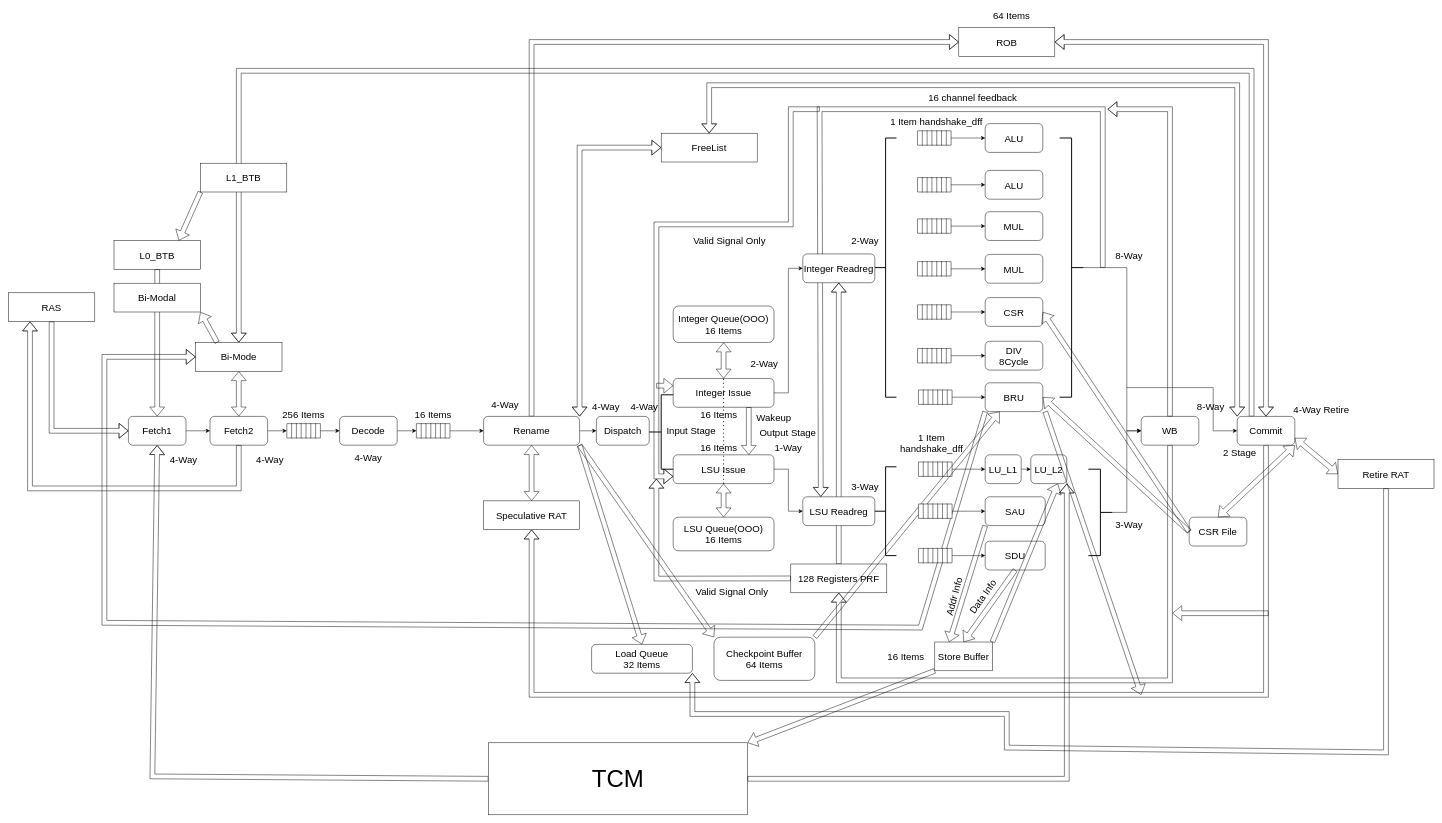
Earlier version of the draw.io diagram docs/processor_pipeline.drawio (lizhirui/DreamCoreV2). Source tidied: cells renumbered, new cells numbered last; positions are measured from the earlier drawing's top-left corner, leaving out a move shared by most shapes. Both pictures are drawn from the tidied source at 48%, with x=0, y=0 at pixel (8, 8).
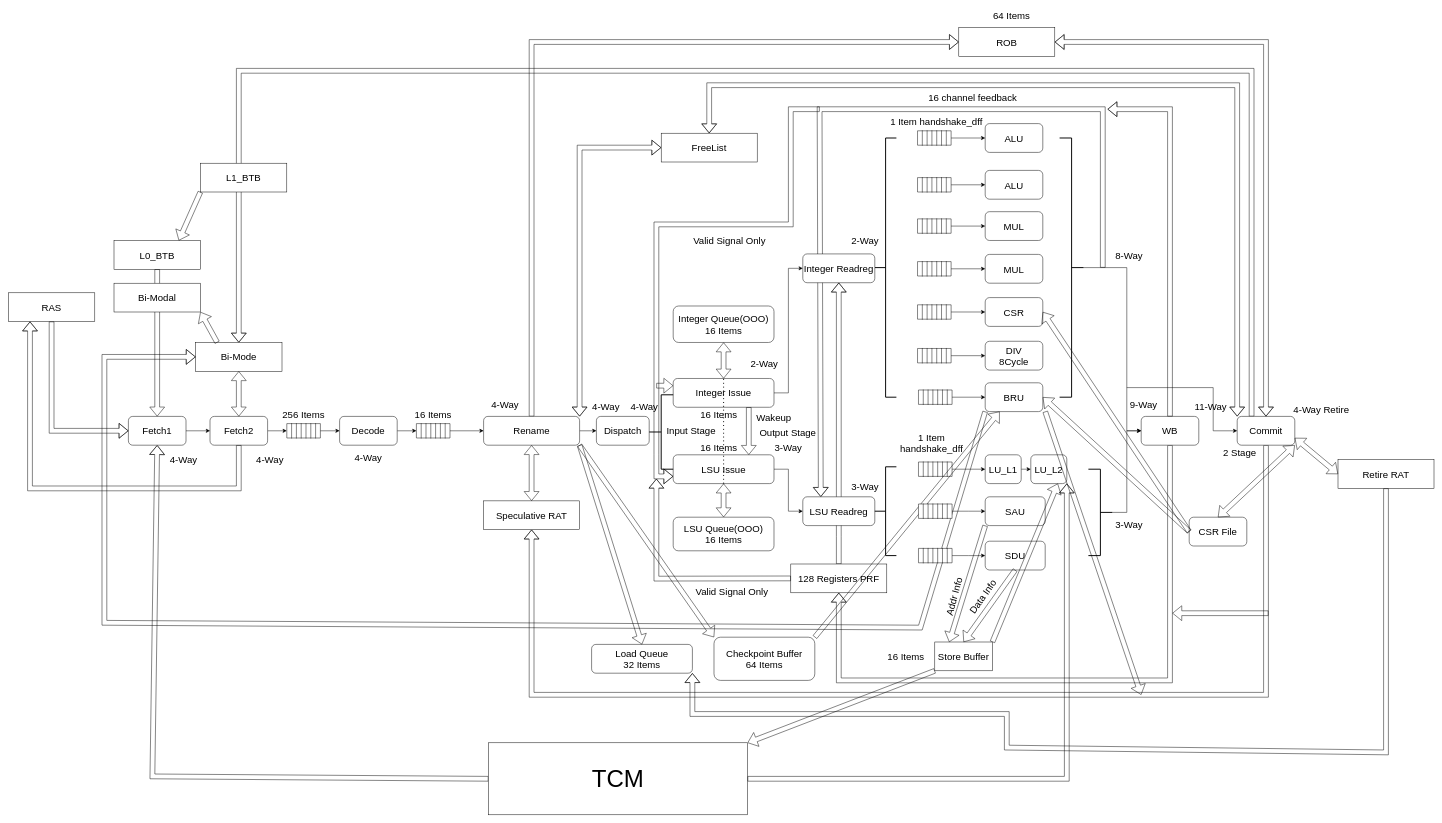
Above is the later version.

The edit, as a diff of the source:
```diff
@@
-    <mxCell id="131" value="8-Way" style="text;html=1;strokeColor=none;fillColor=none;align=center;verticalAlign=middle;whiteSpace=wrap;rounded=0;fontFamily=Helvetica;fontSize=20;fontColor=default;" parent="1" vertex="1">
+    <mxCell id="131" value="11-Way" style="text;html=1;strokeColor=none;fillColor=none;align=center;verticalAlign=middle;whiteSpace=wrap;rounded=0;fontFamily=Helvetica;fontSize=20;fontColor=default;" parent="1" vertex="1">
       <mxGeometry x="2460" y="815" width="90" height="30" as="geometry" />
     </mxCell>
@@
-    <mxCell id="179" value="1-Way" style="text;html=1;strokeColor=none;fillColor=none;align=center;verticalAlign=middle;whiteSpace=wrap;rounded=0;fontFamily=Helvetica;fontSize=20;fontColor=default;" parent="1" vertex="1">
+    <mxCell id="179" value="3-Way" style="text;html=1;strokeColor=none;fillColor=none;align=center;verticalAlign=middle;whiteSpace=wrap;rounded=0;fontFamily=Helvetica;fontSize=20;fontColor=default;" parent="1" vertex="1">
       <mxGeometry x="1580" y="900" width="90" height="30" as="geometry" />
     </mxCell>
@@
+    <mxCell id="240" value="9-Way" style="text;html=1;strokeColor=none;fillColor=none;align=center;verticalAlign=middle;whiteSpace=wrap;rounded=0;fontFamily=Helvetica;fontSize=20;fontColor=default;" parent="1" vertex="1">
+      <mxGeometry x="2320" y="810" width="90" height="30" as="geometry" />
+    </mxCell>
```
